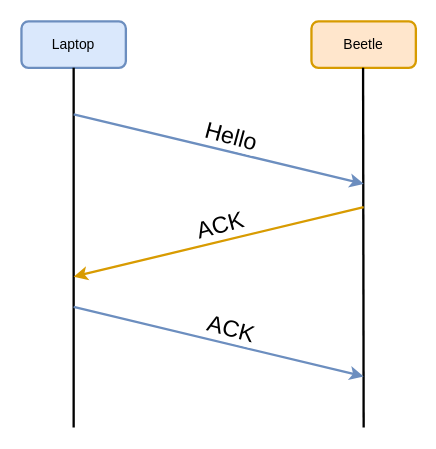
Earlier version of the draw.io diagram Untitled Diagram.drawio (markuslyq/100-Days-Of-ML-Code). Source tidied: cells renumbered, new cells numbered last; positions are measured from the earlier drawing's top-left corner, leaving out a move shared by most shapes. Both pictures are drawn from the tidied source at 116%, with x=0, y=0 at pixel (21, 21).
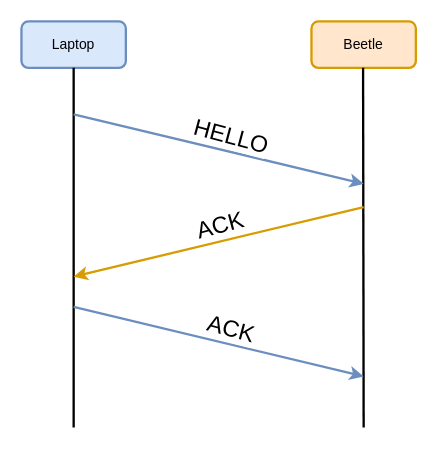
The same page after the edit.

Diff of the diagram source:
```diff
@@
 <mxGraphModel>
   <root>
     <mxCell id="0" />
     <mxCell id="1" parent="0" />
     <mxCell id="2" value="Laptop" style="rounded=1;whiteSpace=wrap;html=1;fillColor=#dae8fc;strokeColor=#6c8ebf;strokeWidth=2;" parent="1" vertex="1">
       <mxGeometry width="90" height="40" as="geometry" />
     </mxCell>
     <mxCell id="3" value="Beetle" style="rounded=1;whiteSpace=wrap;html=1;fillColor=#ffe6cc;strokeColor=#d79b00;strokeWidth=2;" parent="1" vertex="1">
       <mxGeometry x="250" width="90" height="40" as="geometry" />
     </mxCell>
     <mxCell id="4" style="endArrow=none;html=1;rounded=0;entryX=0.5;entryY=1;entryDx=0;entryDy=0;strokeWidth=2;" parent="1" edge="1" target="2">
       <mxGeometry relative="1" as="geometry">
         <mxPoint x="45" y="350" as="sourcePoint" />
       </mxGeometry>
     </mxCell>
     <mxCell id="5" style="endArrow=none;html=1;rounded=0;entryX=0.5;entryY=1;entryDx=0;entryDy=0;strokeWidth=2;" parent="1" edge="1">
       <mxGeometry relative="1" as="geometry">
         <mxPoint x="295" y="350" as="sourcePoint" />
         <mxPoint x="294.5" y="40" as="targetPoint" />
       </mxGeometry>
     </mxCell>
     <mxCell id="6" style="endArrow=classic;html=1;rounded=0;strokeColor=#6c8ebf;strokeWidth=2;" parent="1" edge="1">
       <mxGeometry relative="1" as="geometry">
         <mxPoint x="45" y="80" as="sourcePoint" />
         <mxPoint x="295" y="140" as="targetPoint" />
       </mxGeometry>
     </mxCell>
-    <mxCell id="7" value="&lt;font style=&quot;font-size: 20px;&quot;&gt;Hello&lt;/font&gt;" style="edgeLabel;html=1;align=center;verticalAlign=middle;rotation=15;" parent="6" vertex="1">
+    <mxCell id="7" value="&lt;font style=&quot;font-size: 20px;&quot;&gt;HELLO&lt;br&gt;&lt;/font&gt;" style="edgeLabel;html=1;align=center;verticalAlign=middle;rotation=15;" parent="6" vertex="1">
       <mxGeometry relative="1" as="geometry">
         <mxPoint x="10" y="-13" as="offset" />
       </mxGeometry>
     </mxCell>
     <mxCell id="8" style="endArrow=classic;html=1;rounded=0;fontSize=20;strokeColor=#d89b01;strokeWidth=2;" parent="1" edge="1">
       <mxGeometry relative="1" as="geometry">
         <mxPoint x="295" y="160" as="sourcePoint" />
         <mxPoint x="45" y="220" as="targetPoint" />
       </mxGeometry>
     </mxCell>
     <mxCell id="9" value="ACK" style="edgeLabel;html=1;align=center;verticalAlign=middle;fontSize=20;rotation=345;" parent="8" vertex="1">
       <mxGeometry x="-0.17" y="-3" relative="1" as="geometry">
         <mxPoint x="-20" y="-7" as="offset" />
       </mxGeometry>
     </mxCell>
     <mxCell id="10" style="endArrow=classic;html=1;rounded=0;strokeWidth=2;strokeColor=#6c8ebf;" parent="1" edge="1">
       <mxGeometry relative="1" as="geometry">
         <mxPoint x="45" y="246" as="sourcePoint" />
         <mxPoint x="295" y="306" as="targetPoint" />
       </mxGeometry>
     </mxCell>
     <mxCell id="11" value="&lt;font style=&quot;font-size: 20px;&quot;&gt;ACK&lt;/font&gt;" style="edgeLabel;html=1;align=center;verticalAlign=middle;rotation=15;" parent="10" vertex="1">
       <mxGeometry relative="1" as="geometry">
         <mxPoint x="10" y="-13" as="offset" />
       </mxGeometry>
     </mxCell>
   </root>
 </mxGraphModel>
```
